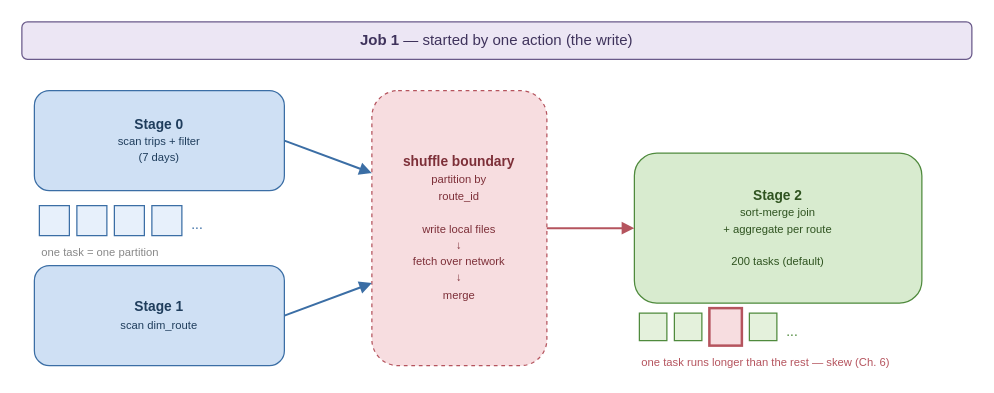
Above: book/figures/job-stage-task.drawio in AlanPhan04/spark-101-to-pro (draw.io), before the change. Source tidied: cells renumbered, new cells numbered last; positions are measured from the earlier drawing's top-left corner, leaving out a move shared by most shapes. Both pictures are drawn from the tidied source at 125%, with x=0, y=0 at pixel (21, 21).
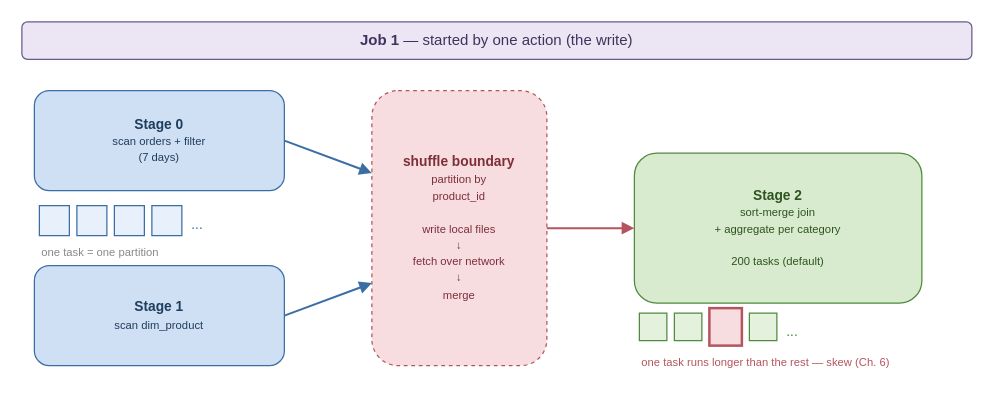
After the change.

Change to the diagram source:
```diff
@@
-    <mxCell id="3" value="&lt;b&gt;Stage 0&lt;/b&gt;&lt;br&gt;&lt;span style=&quot;font-size:9px&quot;&gt;scan trips + filter&lt;br&gt;(7 days)&lt;/span&gt;" style="rounded=1;whiteSpace=wrap;html=1;fillColor=#cfe0f4;strokeColor=#3b6ea5;fontSize=11;fontColor=#1f3d5c;" parent="1" vertex="1">
+    <mxCell id="3" value="&lt;b&gt;Stage 0&lt;/b&gt;&lt;br&gt;&lt;span style=&quot;font-size:9px&quot;&gt;scan orders + filter&lt;br&gt;(7 days)&lt;/span&gt;" style="rounded=1;whiteSpace=wrap;html=1;fillColor=#cfe0f4;strokeColor=#3b6ea5;fontSize=11;fontColor=#1f3d5c;" parent="1" vertex="1">
       <mxGeometry x="10" y="55" width="200" height="80" as="geometry" />
     </mxCell>
-    <mxCell id="4" value="&lt;b&gt;Stage 1&lt;/b&gt;&lt;br&gt;&lt;span style=&quot;font-size:9px&quot;&gt;scan dim_route&lt;/span&gt;" style="rounded=1;whiteSpace=wrap;html=1;fillColor=#cfe0f4;strokeColor=#3b6ea5;fontSize=11;fontColor=#1f3d5c;" parent="1" vertex="1">
+    <mxCell id="4" value="&lt;b&gt;Stage 1&lt;/b&gt;&lt;br&gt;&lt;span style=&quot;font-size:9px&quot;&gt;scan dim_product&lt;/span&gt;" style="rounded=1;whiteSpace=wrap;html=1;fillColor=#cfe0f4;strokeColor=#3b6ea5;fontSize=11;fontColor=#1f3d5c;" parent="1" vertex="1">
       <mxGeometry x="10" y="195" width="200" height="80" as="geometry" />
     </mxCell>
-    <mxCell id="5" value="&lt;b&gt;shuffle boundary&lt;/b&gt;&lt;br&gt;&lt;span style=&quot;font-size:9px&quot;&gt;partition by&lt;br&gt;route_id&lt;br&gt;&lt;br&gt;write local files&lt;br&gt;&amp;#8595;&lt;br&gt;fetch over network&lt;br&gt;&amp;#8595;&lt;br&gt;merge&lt;/span&gt;" style="rounded=1;whiteSpace=wrap;html=1;fillColor=#f7dde0;strokeColor=#b5545e;dashed=1;fontSize=11;fontColor=#7d2f38;" parent="1" vertex="1">
+    <mxCell id="5" value="&lt;b&gt;shuffle boundary&lt;/b&gt;&lt;br&gt;&lt;span style=&quot;font-size:9px&quot;&gt;partition by&lt;br&gt;product_id&lt;br&gt;&lt;br&gt;write local files&lt;br&gt;&amp;#8595;&lt;br&gt;fetch over network&lt;br&gt;&amp;#8595;&lt;br&gt;merge&lt;/span&gt;" style="rounded=1;whiteSpace=wrap;html=1;fillColor=#f7dde0;strokeColor=#b5545e;dashed=1;fontSize=11;fontColor=#7d2f38;" parent="1" vertex="1">
       <mxGeometry x="280" y="55" width="140" height="220" as="geometry" />
     </mxCell>
-    <mxCell id="6" value="&lt;b&gt;Stage 2&lt;/b&gt;&lt;br&gt;&lt;span style=&quot;font-size:9px&quot;&gt;sort-merge join&lt;br&gt;+ aggregate per route&lt;br&gt;&lt;br&gt;200 tasks (default)&lt;/span&gt;" style="rounded=1;whiteSpace=wrap;html=1;fillColor=#d8ebcf;strokeColor=#4f8a3d;fontSize=11;fontColor=#2f5320;" parent="1" vertex="1">
+    <mxCell id="6" value="&lt;b&gt;Stage 2&lt;/b&gt;&lt;br&gt;&lt;span style=&quot;font-size:9px&quot;&gt;sort-merge join&lt;br&gt;+ aggregate per category&lt;br&gt;&lt;br&gt;200 tasks (default)&lt;/span&gt;" style="rounded=1;whiteSpace=wrap;html=1;fillColor=#d8ebcf;strokeColor=#4f8a3d;fontSize=11;fontColor=#2f5320;" parent="1" vertex="1">
       <mxGeometry x="490" y="105" width="230" height="120" as="geometry" />
     </mxCell>
```
